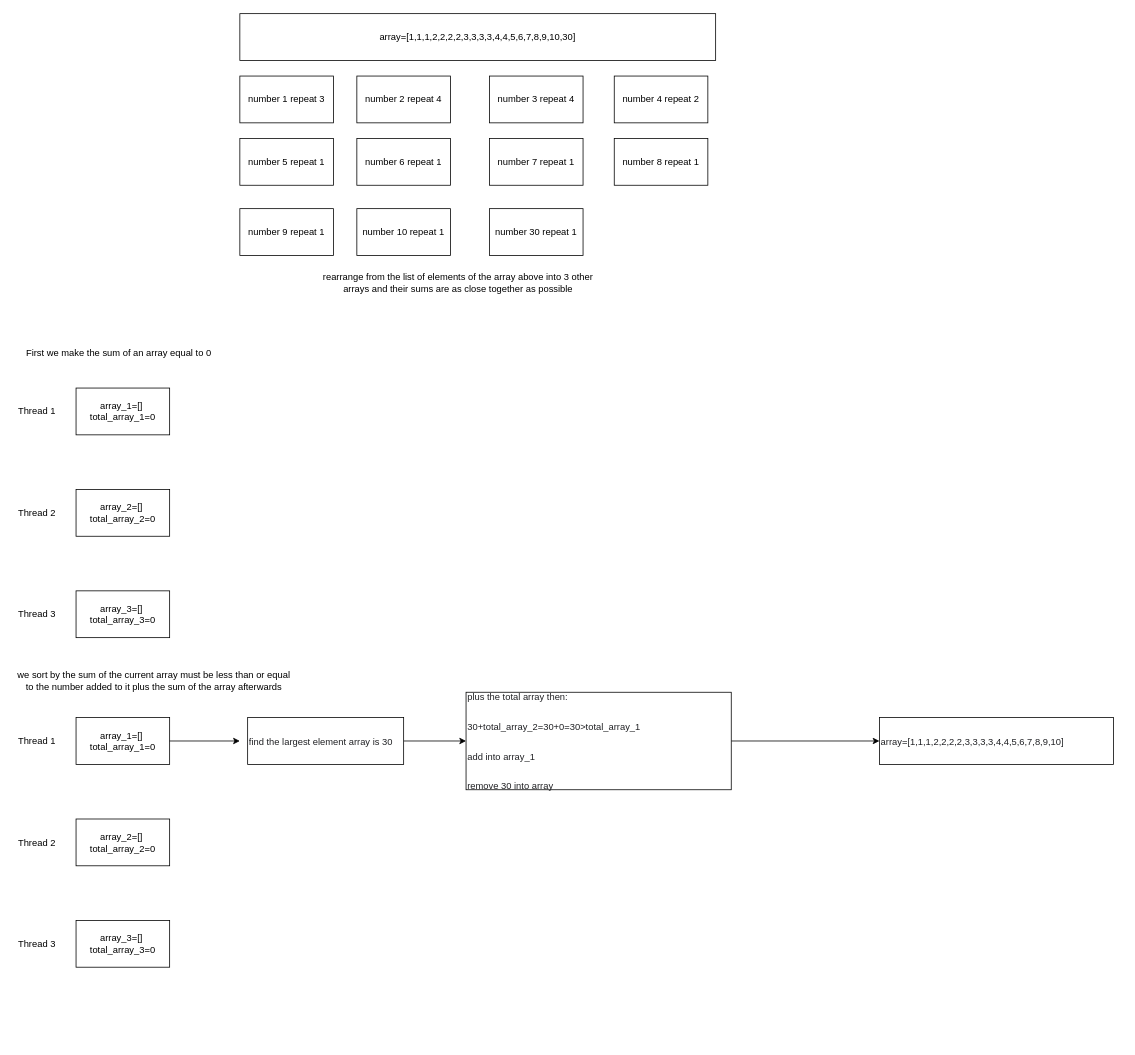
Above: Untitled Diagram.drawio in haanhtuan0147/tailieu (draw.io), before the change. Source tidied: cells renumbered, new cells numbered last; positions are measured from the earlier drawing's top-left corner, leaving out a move shared by most shapes. Both pictures are drawn from the tidied source at 78%, with x=0, y=0 at pixel (13, 13).
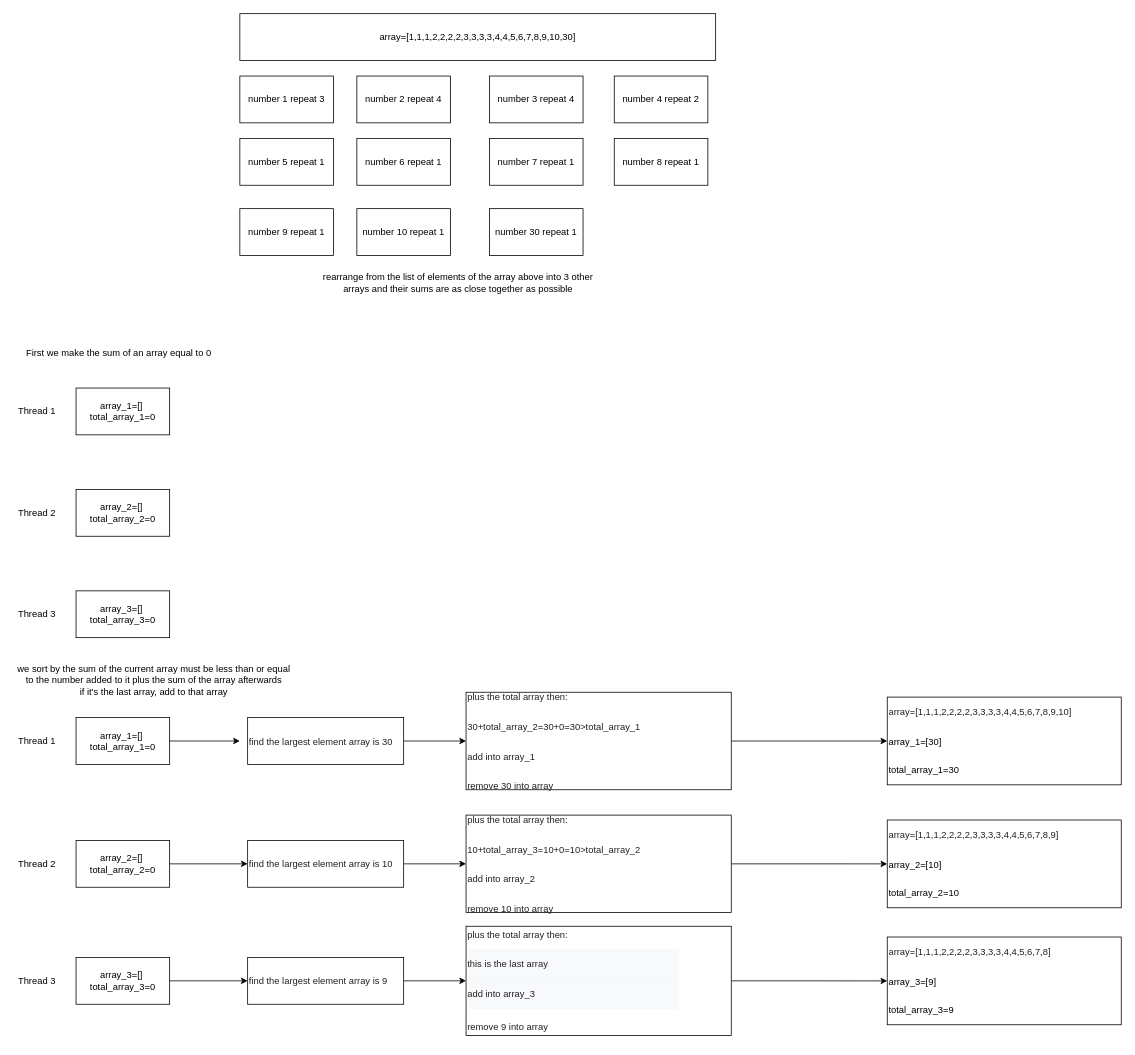
The same diagram, later.

Diff of the diagram source:
```diff
@@
     <mxCell id="3" value="Thread 2" style="text;html=1;strokeColor=none;fillColor=none;align=center;verticalAlign=middle;whiteSpace=wrap;rounded=0;" parent="1" vertex="1">
-      <mxGeometry y="1047.5" width="60" height="30" as="geometry" />
+      <mxGeometry y="1075" width="60" height="30" as="geometry" />
     </mxCell>
     <mxCell id="4" value="Thread 3" style="text;html=1;strokeColor=none;fillColor=none;align=center;verticalAlign=middle;whiteSpace=wrap;rounded=0;" parent="1" vertex="1">
-      <mxGeometry y="1177.5" width="60" height="30" as="geometry" />
+      <mxGeometry y="1225" width="60" height="30" as="geometry" />
     </mxCell>
@@
+    <mxCell id="35" style="edgeStyle=orthogonalEdgeStyle;rounded=0;jettySize=auto;html=1;fontSize=12;" parent="1" edge="1" source="20" target="38">
+      <mxGeometry relative="1" as="geometry" />
+    </mxCell>
     <mxCell id="20" value="array_2=[]&amp;nbsp;&lt;br&gt;total_array_2=0" style="rounded=0;whiteSpace=wrap;html=1;" parent="1" vertex="1">
-      <mxGeometry x="80" y="1032.5" width="120" height="60" as="geometry" />
+      <mxGeometry x="80" y="1060" width="120" height="60" as="geometry" />
     </mxCell>
+    <mxCell id="36" style="edgeStyle=orthogonalEdgeStyle;rounded=0;jettySize=auto;html=1;fontSize=12;" parent="1" edge="1" source="21" target="42">
+      <mxGeometry relative="1" as="geometry" />
+    </mxCell>
     <mxCell id="21" value="array_3=[]&amp;nbsp;&lt;br&gt;total_array_3=0" style="rounded=0;whiteSpace=wrap;html=1;" parent="1" vertex="1">
-      <mxGeometry x="80" y="1162.5" width="120" height="60" as="geometry" />
+      <mxGeometry x="80" y="1210" width="120" height="60" as="geometry" />
     </mxCell>
@@
-    <mxCell id="27" value="we sort by the sum of the current array must be less than or equal to the number added to it plus the sum of the array afterwards" style="text;html=1;strokeColor=none;fillColor=none;align=center;verticalAlign=middle;whiteSpace=wrap;rounded=0;fontSize=12;" parent="1" vertex="1">
+    <mxCell id="27" value="we sort by the sum of the current array must be less than or equal to the number added to it plus the sum of the array afterwards&lt;br&gt;if it's the last array, add to that array" style="text;html=1;strokeColor=none;fillColor=none;align=center;verticalAlign=middle;whiteSpace=wrap;rounded=0;fontSize=12;" parent="1" vertex="1">
       <mxGeometry y="840" width="360" height="30" as="geometry" />
     </mxCell>
@@
-    <mxCell id="34" value="&lt;pre style=&quot;color: rgb(32, 33, 36); unicode-bidi: isolate; line-height: 36px; border: none; padding: 2px 0.14em 2px 0px; position: relative; margin-top: -2px; margin-bottom: -2px; resize: none; font-family: inherit; overflow: hidden; width: 270.014px; overflow-wrap: break-word;&quot; dir=&quot;ltr&quot; id=&quot;tw-target-text&quot; class=&quot;tw-data-text tw-text-large tw-ta&quot;&gt;array=[1,1,1,2,2,2,2,3,3,3,3,4,4,5,6,7,8,9,10]&lt;/pre&gt;" style="whiteSpace=wrap;html=1;align=left;rounded=0;" parent="1" vertex="1">
-      <mxGeometry x="1110" y="902.5" width="300" height="60" as="geometry" />
+    <mxCell id="34" value="&lt;pre style=&quot;color: rgb(32, 33, 36); unicode-bidi: isolate; line-height: 36px; border: none; padding: 2px 0.14em 2px 0px; position: relative; margin-top: -2px; margin-bottom: -2px; resize: none; font-family: inherit; overflow: hidden; width: 270.014px; overflow-wrap: break-word;&quot; dir=&quot;ltr&quot; id=&quot;tw-target-text&quot; class=&quot;tw-data-text tw-text-large tw-ta&quot;&gt;array=[1,1,1,2,2,2,2,3,3,3,3,4,4,5,6,7,8,9,10]&lt;/pre&gt;&lt;pre style=&quot;color: rgb(32, 33, 36); unicode-bidi: isolate; line-height: 36px; border: none; padding: 2px 0.14em 2px 0px; position: relative; margin-top: -2px; margin-bottom: -2px; resize: none; font-family: inherit; overflow: hidden; width: 270.014px; overflow-wrap: break-word;&quot; dir=&quot;ltr&quot; id=&quot;tw-target-text&quot; class=&quot;tw-data-text tw-text-large tw-ta&quot;&gt;&lt;span style=&quot;color: rgb(0, 0, 0); text-align: center;&quot;&gt;array_1=[30]&amp;nbsp;&lt;/span&gt;&lt;br style=&quot;color: rgb(0, 0, 0); text-align: center;&quot;&gt;&lt;span style=&quot;color: rgb(0, 0, 0); text-align: center;&quot;&gt;total_array_1=30&lt;/span&gt;&lt;br&gt;&lt;/pre&gt;" style="whiteSpace=wrap;html=1;align=left;rounded=0;" parent="1" vertex="1">
+      <mxGeometry x="1120" y="876.2" width="300" height="112.5" as="geometry" />
     </mxCell>
+    <mxCell id="37" style="edgeStyle=orthogonalEdgeStyle;rounded=0;jettySize=auto;html=1;fontSize=12;" parent="1" edge="1" source="38" target="40">
+      <mxGeometry relative="1" as="geometry" />
+    </mxCell>
+    <mxCell id="38" value="&lt;pre style=&quot;unicode-bidi: isolate; line-height: 36px; border: none; padding: 2px 0.14em 2px 0px; position: relative; margin-top: -2px; margin-bottom: -2px; resize: none; font-family: inherit; overflow: hidden; width: 270.014px; overflow-wrap: break-word; color: rgb(32, 33, 36);&quot; dir=&quot;ltr&quot; id=&quot;tw-target-text&quot; class=&quot;tw-data-text tw-text-large tw-ta&quot;&gt;&lt;span lang=&quot;en&quot; class=&quot;Y2IQFc&quot;&gt;find the largest element array is 10&lt;/span&gt;&lt;/pre&gt;" style="rounded=0;whiteSpace=wrap;html=1;fontSize=12;align=left;" parent="1" vertex="1">
+      <mxGeometry x="300" y="1060" width="200" height="60" as="geometry" />
+    </mxCell>
+    <mxCell id="39" style="edgeStyle=orthogonalEdgeStyle;rounded=0;jettySize=auto;html=1;fontSize=12;entryX=0;entryY=0.5;entryDx=0;entryDy=0;entryPerimeter=0;" parent="1" edge="1" source="40" target="45">
+      <mxGeometry relative="1" as="geometry" />
+    </mxCell>
+    <mxCell id="40" value="&lt;pre style=&quot;unicode-bidi: isolate; line-height: 0.5; border: none; padding: 2px 0.14em 2px 0px; position: relative; margin-top: -2px; margin-bottom: -2px; resize: none; font-family: inherit; overflow: hidden; width: 270.014px; overflow-wrap: break-word; color: rgb(32, 33, 36);&quot; dir=&quot;ltr&quot; id=&quot;tw-target-text&quot; class=&quot;tw-data-text tw-text-large tw-ta&quot;&gt;&lt;pre style=&quot;unicode-bidi: isolate; line-height: 36px; border: none; padding: 2px 0.14em 2px 0px; position: relative; margin-top: -2px; margin-bottom: -2px; resize: none; font-family: inherit; overflow: hidden; width: 270.014px; overflow-wrap: break-word;&quot; dir=&quot;ltr&quot; id=&quot;tw-target-text&quot; class=&quot;tw-data-text tw-text-large tw-ta&quot;&gt;&lt;span lang=&quot;en&quot; class=&quot;Y2IQFc&quot;&gt;plus the total array then: &lt;/span&gt;&lt;/pre&gt;&lt;pre style=&quot;unicode-bidi: isolate; line-height: 36px; border: none; padding: 2px 0.14em 2px 0px; position: relative; margin-top: -2px; margin-bottom: -2px; resize: none; font-family: inherit; overflow: hidden; width: 270.014px; overflow-wrap: break-word;&quot; dir=&quot;ltr&quot; id=&quot;tw-target-text&quot; class=&quot;tw-data-text tw-text-large tw-ta&quot;&gt;&lt;span lang=&quot;en&quot; class=&quot;Y2IQFc&quot;&gt;10+total_array_3=10+0=10&amp;gt;total_array_2 &lt;/span&gt;&lt;/pre&gt;&lt;pre style=&quot;unicode-bidi: isolate; line-height: 36px; border: none; padding: 2px 0.14em 2px 0px; position: relative; margin-top: -2px; margin-bottom: -2px; resize: none; font-family: inherit; overflow: hidden; width: 270.014px; overflow-wrap: break-word;&quot; dir=&quot;ltr&quot; id=&quot;tw-target-text&quot; class=&quot;tw-data-text tw-text-large tw-ta&quot;&gt;add into &lt;span style=&quot;font-family: inherit; background-color: initial;&quot;&gt;array_2&lt;/span&gt;&lt;/pre&gt;&lt;pre style=&quot;unicode-bidi: isolate; line-height: 36px; border: none; padding: 2px 0.14em 2px 0px; position: relative; margin-top: -2px; margin-bottom: -2px; resize: none; font-family: inherit; overflow: hidden; width: 270.014px; overflow-wrap: break-word;&quot; dir=&quot;ltr&quot; id=&quot;tw-target-text&quot; class=&quot;tw-data-text tw-text-large tw-ta&quot;&gt;&lt;span lang=&quot;en&quot; class=&quot;Y2IQFc&quot;&gt;remove 10 into array &lt;/span&gt;&lt;/pre&gt;&lt;/pre&gt;" style="rounded=0;whiteSpace=wrap;html=1;fontSize=12;align=left;" parent="1" vertex="1">
+      <mxGeometry x="580" y="1027.5" width="340" height="125" as="geometry" />
+    </mxCell>
+    <mxCell id="41" style="edgeStyle=orthogonalEdgeStyle;rounded=0;jettySize=auto;html=1;fontSize=12;" parent="1" edge="1" source="42" target="44">
+      <mxGeometry relative="1" as="geometry" />
+    </mxCell>
+    <mxCell id="42" value="&lt;pre style=&quot;unicode-bidi: isolate; line-height: 36px; border: none; padding: 2px 0.14em 2px 0px; position: relative; margin-top: -2px; margin-bottom: -2px; resize: none; font-family: inherit; overflow: hidden; width: 270.014px; overflow-wrap: break-word; color: rgb(32, 33, 36);&quot; dir=&quot;ltr&quot; id=&quot;tw-target-text&quot; class=&quot;tw-data-text tw-text-large tw-ta&quot;&gt;&lt;span lang=&quot;en&quot; class=&quot;Y2IQFc&quot;&gt;find the largest element array is 9&lt;/span&gt;&lt;/pre&gt;" style="rounded=0;whiteSpace=wrap;html=1;fontSize=12;align=left;" parent="1" vertex="1">
+      <mxGeometry x="300" y="1210" width="200" height="60" as="geometry" />
+    </mxCell>
+    <mxCell id="43" style="edgeStyle=orthogonalEdgeStyle;rounded=0;jettySize=auto;html=1;fontSize=12;entryX=0;entryY=0.5;entryDx=0;entryDy=0;" parent="1" edge="1" source="44" target="46">
+      <mxGeometry relative="1" as="geometry" />
+    </mxCell>
+    <mxCell id="44" value="&lt;pre style=&quot;unicode-bidi: isolate; line-height: 0.5; border: none; padding: 2px 0.14em 2px 0px; position: relative; margin-top: -2px; margin-bottom: -2px; resize: none; font-family: inherit; overflow: hidden; width: 270.014px; overflow-wrap: break-word; color: rgb(32, 33, 36);&quot; dir=&quot;ltr&quot; id=&quot;tw-target-text&quot; class=&quot;tw-data-text tw-text-large tw-ta&quot;&gt;&lt;pre style=&quot;unicode-bidi: isolate; line-height: 36px; border: none; padding: 2px 0.14em 2px 0px; position: relative; margin-top: -2px; margin-bottom: -2px; resize: none; font-family: inherit; overflow: hidden; width: 270.014px; overflow-wrap: break-word;&quot; dir=&quot;ltr&quot; id=&quot;tw-target-text&quot; class=&quot;tw-data-text tw-text-large tw-ta&quot;&gt;&lt;span lang=&quot;en&quot; class=&quot;Y2IQFc&quot;&gt;plus the total array then: &lt;/span&gt;&lt;/pre&gt;&lt;pre style=&quot;unicode-bidi: isolate; line-height: 36px; border: none; padding: 2px 0.14em 2px 0px; position: relative; margin-top: -2px; margin-bottom: -2px; resize: none; font-family: inherit; overflow: hidden; width: 270.014px; overflow-wrap: break-word;&quot; dir=&quot;ltr&quot; id=&quot;tw-target-text&quot; class=&quot;tw-data-text tw-text-large tw-ta&quot;&gt;&lt;span lang=&quot;en&quot; class=&quot;Y2IQFc&quot;&gt;&lt;pre style=&quot;unicode-bidi: isolate; line-height: 36px; background-color: rgb(248, 249, 250); border: none; padding: 2px 0.14em 2px 0px; position: relative; margin-top: -2px; margin-bottom: -2px; resize: none; font-family: inherit; overflow: hidden; width: 270.014px; overflow-wrap: break-word;&quot; dir=&quot;ltr&quot; id=&quot;tw-target-text&quot; class=&quot;tw-data-text tw-text-large tw-ta&quot;&gt;&lt;span style=&quot;&quot; lang=&quot;en&quot; class=&quot;Y2IQFc&quot;&gt;&lt;font style=&quot;font-size: 12px;&quot;&gt;this is the last array&lt;/font&gt;&lt;/span&gt;&lt;/pre&gt;&lt;pre style=&quot;unicode-bidi: isolate; line-height: 36px; background-color: rgb(248, 249, 250); border: none; padding: 2px 0.14em 2px 0px; position: relative; margin-top: -2px; margin-bottom: -2px; resize: none; font-family: inherit; overflow: hidden; width: 270.014px; overflow-wrap: break-word;&quot; dir=&quot;ltr&quot; id=&quot;tw-target-text&quot; class=&quot;tw-data-text tw-text-large tw-ta&quot;&gt;&lt;span style=&quot;&quot; lang=&quot;en&quot; class=&quot;Y2IQFc&quot;&gt;&lt;font style=&quot;font-size: 12px;&quot;&gt;add into array_3&lt;/font&gt;&lt;/span&gt;&lt;/pre&gt;&lt;/span&gt;&lt;/pre&gt;&lt;pre style=&quot;unicode-bidi: isolate; line-height: 36px; border: none; padding: 2px 0.14em 2px 0px; position: relative; margin-top: -2px; margin-bottom: -2px; resize: none; font-family: inherit; overflow: hidden; width: 270.014px; overflow-wrap: break-word;&quot; dir=&quot;ltr&quot; id=&quot;tw-target-text&quot; class=&quot;tw-data-text tw-text-large tw-ta&quot;&gt;&lt;span lang=&quot;en&quot; class=&quot;Y2IQFc&quot;&gt;&lt;div style=&quot;overflow: hidden; position: relative; outline: 0px;&quot; tabindex=&quot;0&quot; id=&quot;tw-target-text-container&quot; class=&quot;tw-ta-container F0azHf tw-nfl&quot;&gt;&lt;pre style=&quot;unicode-bidi: isolate; font-size: 28px; line-height: 36px; background-color: transparent; border: none; padding: 2px 0.14em 2px 0px; position: relative; margin-top: -2px; margin-bottom: -2px; resize: none; font-family: inherit; overflow: hidden; width: 270.014px; overflow-wrap: break-word;&quot; dir=&quot;ltr&quot; id=&quot;tw-target-text&quot; class=&quot;tw-data-text tw-text-large tw-ta&quot;&gt;&lt;span style=&quot;background-color: initial; font-family: inherit; font-size: 12px;&quot;&gt;remove 9 into array&amp;nbsp;&lt;/span&gt;&lt;br&gt;&lt;/pre&gt;&lt;/div&gt;&lt;/span&gt;&lt;/pre&gt;&lt;/pre&gt;" style="rounded=0;whiteSpace=wrap;html=1;fontSize=12;align=left;" parent="1" vertex="1">
+      <mxGeometry x="580" y="1170" width="340" height="140" as="geometry" />
+    </mxCell>
+    <mxCell id="45" value="&lt;pre style=&quot;color: rgb(32, 33, 36); unicode-bidi: isolate; line-height: 36px; border: none; padding: 2px 0.14em 2px 0px; position: relative; margin-top: -2px; margin-bottom: -2px; resize: none; font-family: inherit; overflow: hidden; width: 270.014px; overflow-wrap: break-word;&quot; dir=&quot;ltr&quot; id=&quot;tw-target-text&quot; class=&quot;tw-data-text tw-text-large tw-ta&quot;&gt;array=[1,1,1,2,2,2,2,3,3,3,3,4,4,5,6,7,8,9]&lt;/pre&gt;&lt;pre style=&quot;color: rgb(32, 33, 36); unicode-bidi: isolate; line-height: 36px; border: none; padding: 2px 0.14em 2px 0px; position: relative; margin-top: -2px; margin-bottom: -2px; resize: none; font-family: inherit; overflow: hidden; width: 270.014px; overflow-wrap: break-word;&quot; dir=&quot;ltr&quot; id=&quot;tw-target-text&quot; class=&quot;tw-data-text tw-text-large tw-ta&quot;&gt;&lt;span style=&quot;color: rgb(0, 0, 0); text-align: center;&quot;&gt;array_2=[10]&amp;nbsp;&lt;/span&gt;&lt;br style=&quot;color: rgb(0, 0, 0); text-align: center;&quot;&gt;&lt;span style=&quot;color: rgb(0, 0, 0); text-align: center;&quot;&gt;total_array_2=10&lt;/span&gt;&lt;br&gt;&lt;/pre&gt;" style="whiteSpace=wrap;html=1;align=left;rounded=0;" parent="1" vertex="1">
+      <mxGeometry x="1120" y="1033.8" width="300" height="112.5" as="geometry" />
+    </mxCell>
+    <mxCell id="46" value="&lt;pre style=&quot;color: rgb(32, 33, 36); unicode-bidi: isolate; line-height: 36px; border: none; padding: 2px 0.14em 2px 0px; position: relative; margin-top: -2px; margin-bottom: -2px; resize: none; font-family: inherit; overflow: hidden; width: 270.014px; overflow-wrap: break-word;&quot; dir=&quot;ltr&quot; id=&quot;tw-target-text&quot; class=&quot;tw-data-text tw-text-large tw-ta&quot;&gt;array=[1,1,1,2,2,2,2,3,3,3,3,4,4,5,6,7,8]&lt;/pre&gt;&lt;pre style=&quot;color: rgb(32, 33, 36); unicode-bidi: isolate; line-height: 36px; border: none; padding: 2px 0.14em 2px 0px; position: relative; margin-top: -2px; margin-bottom: -2px; resize: none; font-family: inherit; overflow: hidden; width: 270.014px; overflow-wrap: break-word;&quot; dir=&quot;ltr&quot; id=&quot;tw-target-text&quot; class=&quot;tw-data-text tw-text-large tw-ta&quot;&gt;&lt;span style=&quot;color: rgb(0, 0, 0); text-align: center;&quot;&gt;array_3=[9]&amp;nbsp;&lt;/span&gt;&lt;br style=&quot;color: rgb(0, 0, 0); text-align: center;&quot;&gt;&lt;span style=&quot;color: rgb(0, 0, 0); text-align: center;&quot;&gt;total_array_3=9&lt;/span&gt;&lt;br&gt;&lt;/pre&gt;" style="whiteSpace=wrap;html=1;align=left;rounded=0;" parent="1" vertex="1">
+      <mxGeometry x="1120" y="1183.8" width="300" height="112.5" as="geometry" />
+    </mxCell>
```
